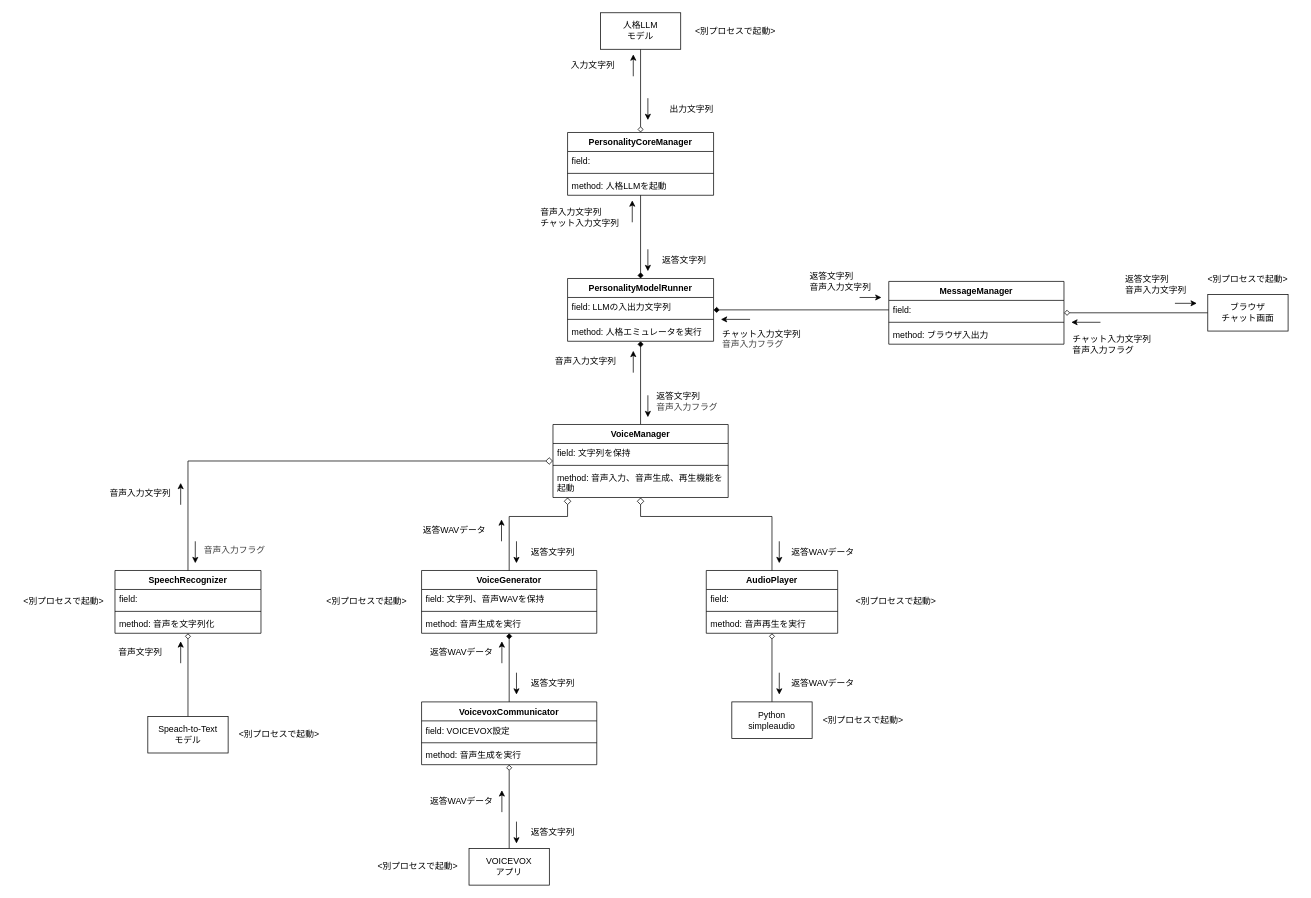
The draw.io diagram page "概要クラス図_現状" (3 of 3) of document/system/architecture.drawio in CodeneAria/PersonalityEmulator, before the edit. Source tidied: cells renumbered, new cells numbered last; positions are measured from the earlier drawing's top-left corner, leaving out a move shared by most shapes. Both pictures are drawn from the tidied source at 73%, with x=0, y=0 at pixel (12, 12).
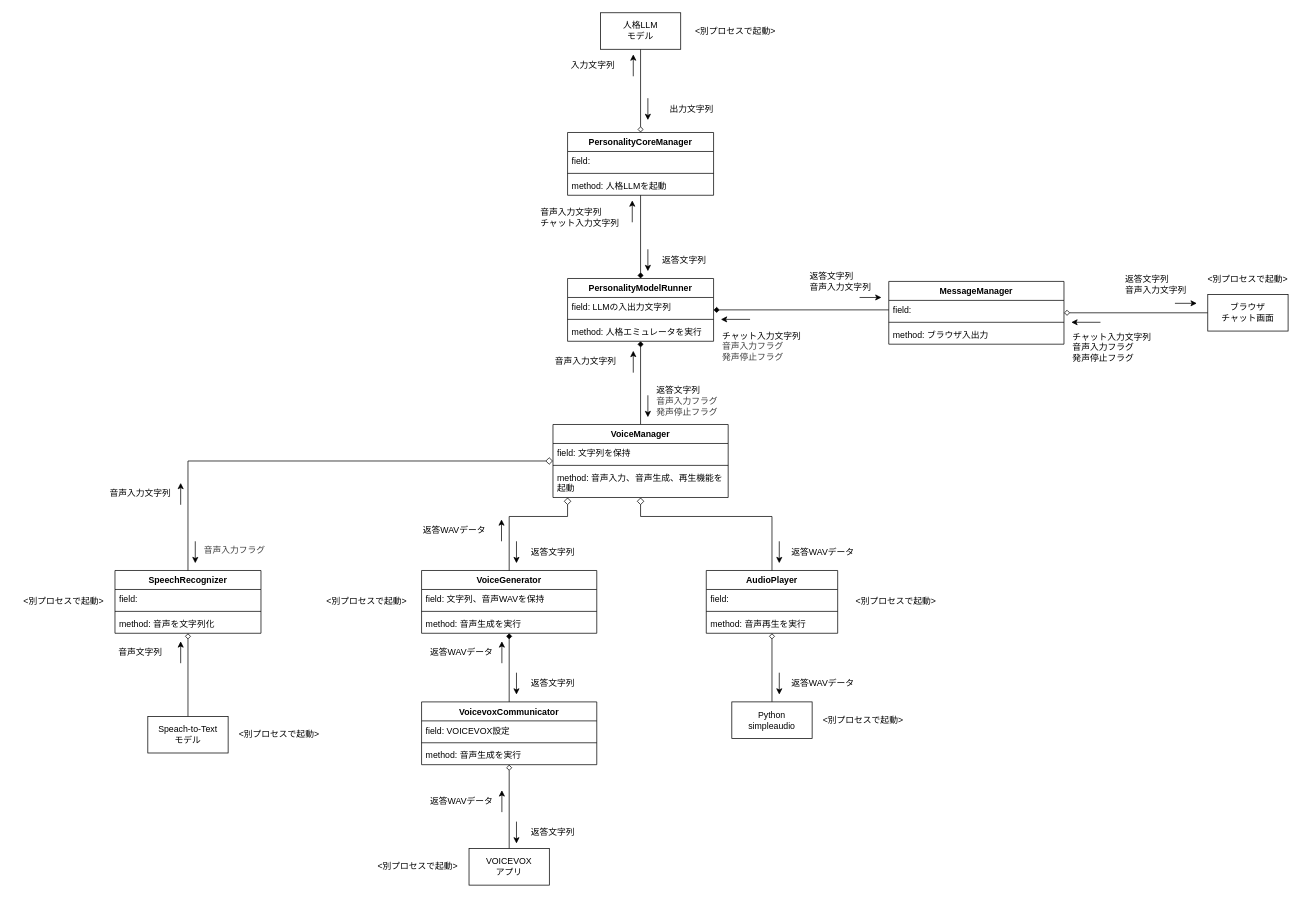
The same page after the edit.

Diff of the diagram source:
```diff
@@
-    <mxCell id="23" value="返答文字列&lt;br&gt;&lt;span style=&quot;color: rgb(63, 63, 63);&quot;&gt;音声入力フラグ&lt;/span&gt;" style="text;html=1;align=left;verticalAlign=middle;whiteSpace=wrap;rounded=0;" parent="1" vertex="1">
-      <mxGeometry x="880" y="510" width="130" height="44" as="geometry" />
+    <mxCell id="23" value="返答文字列&lt;br&gt;&lt;span style=&quot;color: rgb(63, 63, 63);&quot;&gt;音声入力フラグ&lt;/span&gt;&lt;div&gt;&lt;span style=&quot;color: rgb(63, 63, 63);&quot;&gt;&lt;span style=&quot;color: rgb(63, 63, 63);&quot;&gt;発声停止フラグ&lt;/span&gt;&lt;/span&gt;&lt;/div&gt;" style="text;html=1;align=left;verticalAlign=middle;whiteSpace=wrap;rounded=0;" parent="1" vertex="1">
+      <mxGeometry x="880" y="500" width="130" height="64" as="geometry" />
     </mxCell>
@@
-    <mxCell id="94" value="チャット入力文字列&lt;div&gt;&lt;span style=&quot;color: rgb(63, 63, 63);&quot;&gt;音声入力フラグ&lt;/span&gt;&lt;/div&gt;" style="text;html=1;align=left;verticalAlign=middle;whiteSpace=wrap;rounded=0;" parent="1" vertex="1">
-      <mxGeometry x="970" y="424" width="120" height="46" as="geometry" />
+    <mxCell id="94" value="チャット入力文字列&lt;div&gt;&lt;span style=&quot;color: rgb(63, 63, 63);&quot;&gt;音声入力フラグ&lt;/span&gt;&lt;/div&gt;&lt;div&gt;&lt;span style=&quot;color: rgb(63, 63, 63); background-color: transparent;&quot;&gt;発声停止フラグ&lt;/span&gt;&lt;/div&gt;" style="text;html=1;align=left;verticalAlign=middle;whiteSpace=wrap;rounded=0;" parent="1" vertex="1">
+      <mxGeometry x="970" y="424" width="120" height="66" as="geometry" />
     </mxCell>
@@
-    <mxCell id="97" value="チャット入力文字列&lt;div&gt;音声入力フラグ&lt;/div&gt;" style="text;html=1;align=left;verticalAlign=middle;whiteSpace=wrap;rounded=0;" parent="1" vertex="1">
-      <mxGeometry x="1450" y="428" width="120" height="52" as="geometry" />
+    <mxCell id="97" value="チャット入力文字列&lt;div&gt;音声入力フラグ&lt;/div&gt;&lt;div&gt;発声停止フラグ&lt;/div&gt;" style="text;html=1;align=left;verticalAlign=middle;whiteSpace=wrap;rounded=0;" parent="1" vertex="1">
+      <mxGeometry x="1450" y="428" width="120" height="62" as="geometry" />
     </mxCell>
```
